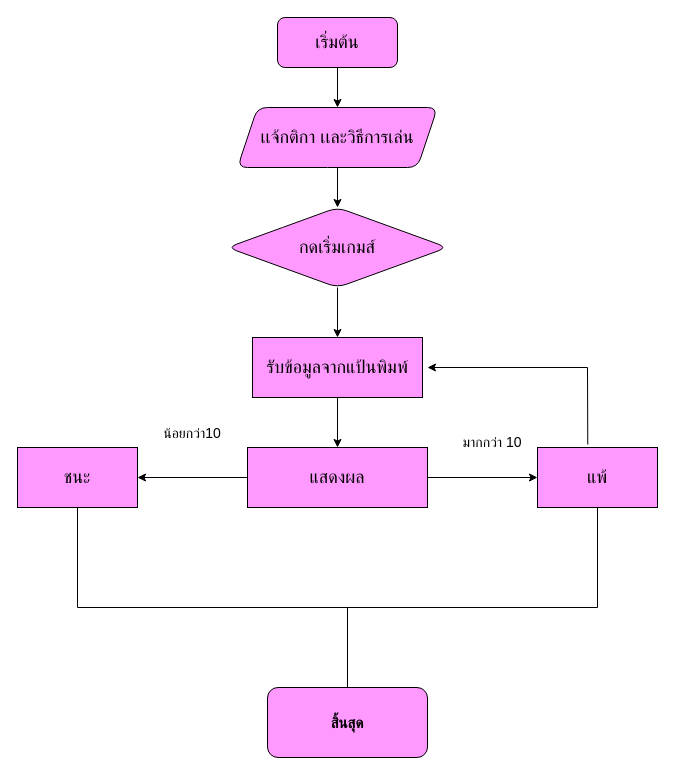
This is แบบแผนที่ยังไม่ได้ตั้งชื่อ.drawio from arisara07/arisara, a draw.io file, before an edit. Source tidied: cells renumbered, new cells numbered last; positions are measured from the earlier drawing's top-left corner, leaving out a move shared by most shapes. Both pictures are drawn from the tidied source at 100%, with x=0, y=0 at pixel (17, 17).
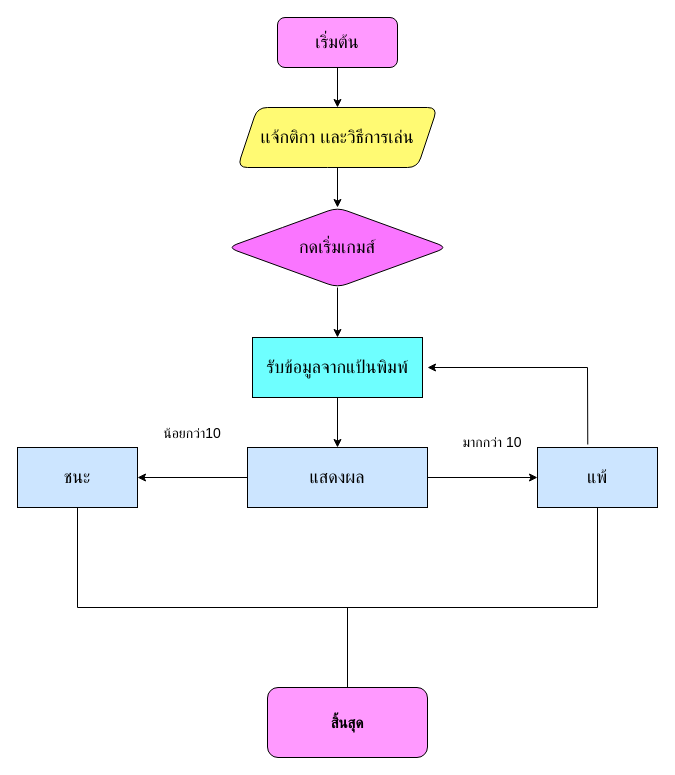
After the change.

The edit, as a diff of the source:
```diff
@@
-    <mxCell id="6" value="&lt;font style=&quot;font-size: 18px;&quot;&gt;เเจ้กติกา เเละวิธีการเล่น&lt;/font&gt;" style="shape=parallelogram;perimeter=parallelogramPerimeter;whiteSpace=wrap;html=1;fixedSize=1;fillColor=#FF99FF;rounded=1;" parent="1" vertex="1">
+    <mxCell id="6" value="&lt;font style=&quot;font-size: 18px;&quot;&gt;เเจ้กติกา เเละวิธีการเล่น&lt;/font&gt;" style="shape=parallelogram;perimeter=parallelogramPerimeter;whiteSpace=wrap;html=1;fixedSize=1;fillColor=#FFFA73;rounded=1;" parent="1" vertex="1">
       <mxGeometry x="220" y="90" width="200" height="60" as="geometry" />
     </mxCell>
@@
-    <mxCell id="8" value="&lt;font style=&quot;font-size: 18px;&quot;&gt;กดเริ่มเกมส์&lt;/font&gt;" style="rhombus;whiteSpace=wrap;html=1;fillColor=#FF99FF;rounded=1;" parent="1" vertex="1">
+    <mxCell id="8" value="&lt;font style=&quot;font-size: 18px;&quot;&gt;กดเริ่มเกมส์&lt;/font&gt;" style="rhombus;whiteSpace=wrap;html=1;fillColor=#FA75FF;rounded=1;" parent="1" vertex="1">
       <mxGeometry x="210" y="190" width="220" height="80" as="geometry" />
     </mxCell>
@@
-    <mxCell id="10" value="รับข้อมูลจากแป้นพิมพ์" style="rounded=0;whiteSpace=wrap;html=1;fontSize=18;fillColor=#FF99FF;" parent="1" vertex="1">
+    <mxCell id="10" value="รับข้อมูลจากแป้นพิมพ์" style="rounded=0;whiteSpace=wrap;html=1;fontSize=18;fillColor=#6EFFFF;" parent="1" vertex="1">
       <mxGeometry x="235" y="320" width="170" height="60" as="geometry" />
     </mxCell>
@@
-    <mxCell id="13" value="แสดงผล" style="rounded=0;whiteSpace=wrap;html=1;fontSize=18;fillColor=#FF99FF;" parent="1" vertex="1">
+    <mxCell id="13" value="แสดงผล" style="rounded=0;whiteSpace=wrap;html=1;fontSize=18;fillColor=#CCE5FF;" parent="1" vertex="1">
       <mxGeometry x="230" y="430" width="180" height="60" as="geometry" />
     </mxCell>
-    <mxCell id="14" value="แพ้" style="rounded=0;whiteSpace=wrap;html=1;fontSize=18;fillColor=#FF99FF;" parent="1" vertex="1">
+    <mxCell id="14" value="แพ้" style="rounded=0;whiteSpace=wrap;html=1;fontSize=18;fillColor=#CCE5FF;" parent="1" vertex="1">
       <mxGeometry x="520" y="430" width="120" height="60" as="geometry" />
     </mxCell>
-    <mxCell id="15" value="ชนะ" style="rounded=0;whiteSpace=wrap;html=1;fontSize=18;fillColor=#FF99FF;" parent="1" vertex="1">
+    <mxCell id="15" value="ชนะ" style="rounded=0;whiteSpace=wrap;html=1;fontSize=18;fillColor=#CCE5FF;" parent="1" vertex="1">
       <mxGeometry y="430" width="120" height="60" as="geometry" />
     </mxCell>
```
